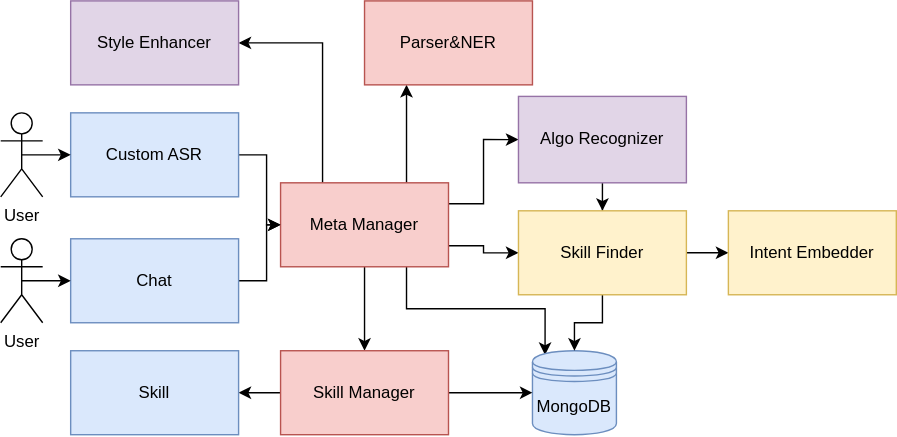
This is docs/_static/architecture.svg from Kadia-IVA/kadia, a draw.io export, as it was before one commit. Source tidied: cells renumbered, new cells last; positions are measured from the earlier drawing's top-left corner, leaving out a move shared by most shapes.
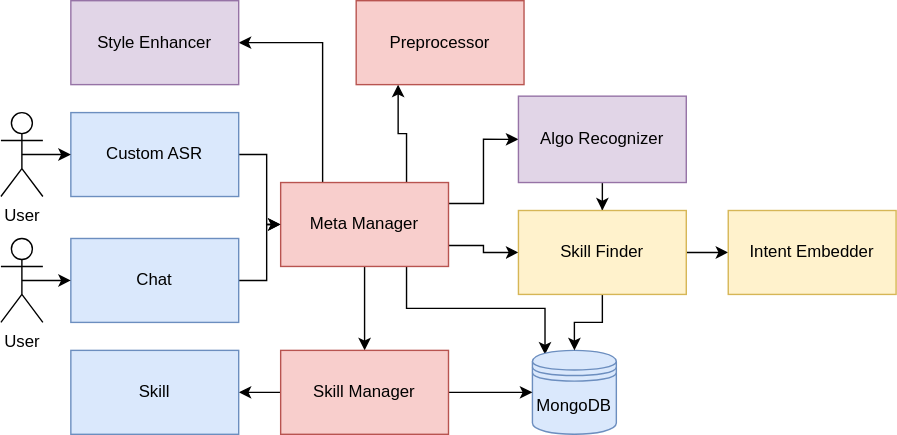
The same diagram one commit later.

The edit, as a diff of the source:
```diff
@@ -87,8 +87,8 @@
     <mxCell id="28" value="Skill" style="rounded=0;whiteSpace=wrap;html=1;fillColor=#dae8fc;strokeColor=#6c8ebf;" parent="1" vertex="1">
       <mxGeometry x="50" y="250" width="120" height="60" as="geometry" />
     </mxCell>
-    <mxCell id="29" value="Parser&amp;amp;NER" style="rounded=0;whiteSpace=wrap;html=1;fillColor=#f8cecc;strokeColor=#b85450;" parent="1" vertex="1">
-      <mxGeometry x="260" width="120" height="60" as="geometry" />
+    <mxCell id="29" value="Preprocessor" style="rounded=0;whiteSpace=wrap;html=1;fillColor=#f8cecc;strokeColor=#b85450;" parent="1" vertex="1">
+      <mxGeometry x="254" width="120" height="60" as="geometry" />
     </mxCell>
   </root>
 </mxGraphModel>
```
